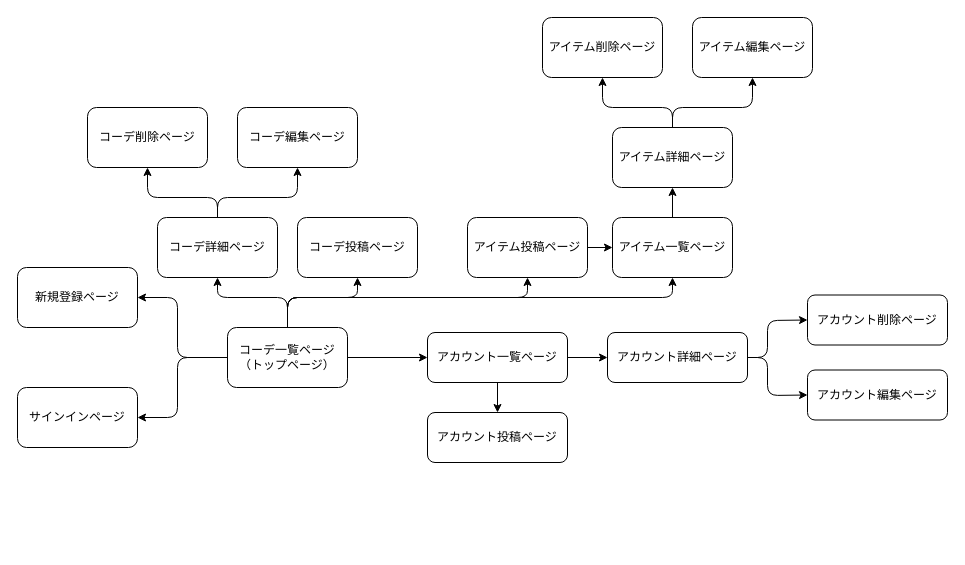
mylrella1102/closetcuration keeps this draw.io diagram as cc-scts.dio. Above is the earlier version. Source tidied: cells renumbered, new cells numbered last; positions are measured from the earlier drawing's top-left corner, leaving out a move shared by most shapes. Both pictures are drawn from the tidied source at 100%, with x=0, y=0 at pixel (17, 17).
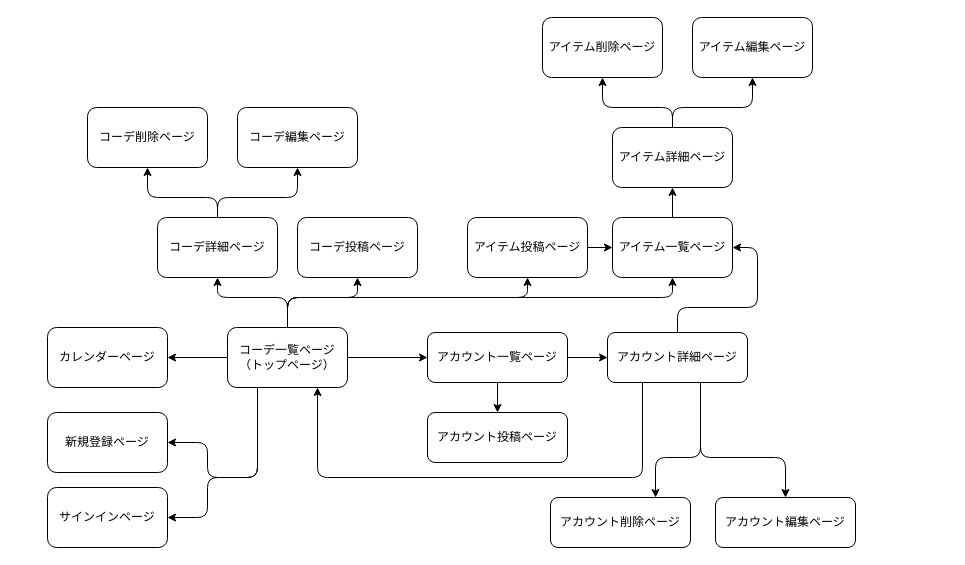
After the change.

Unchanged cells that the change refers to:
```xml
<mxCell id="8" value="コーデ一覧ページ&lt;br&gt;（トップページ）" style="rounded=1;whiteSpace=wrap;html=1;" parent="1" vertex="1">
  <mxGeometry x="210" y="310" width="120" height="60" as="geometry" />
</mxCell>
<mxCell id="25" value="アカウント詳細ページ" style="rounded=1;whiteSpace=wrap;html=1;" parent="1" vertex="1">
  <mxGeometry x="590" y="315" width="140" height="50" as="geometry" />
</mxCell>
<mxCell id="35" value="アイテム一覧ページ" style="rounded=1;whiteSpace=wrap;html=1;" parent="1" vertex="1">
  <mxGeometry x="595" y="200" width="120" height="60" as="geometry" />
</mxCell>
```

Change to the diagram source:
```diff
@@
-    <mxCell id="3" style="edgeStyle=none;html=1;exitX=0;exitY=0.5;exitDx=0;exitDy=0;entryX=1;entryY=0.5;entryDx=0;entryDy=0;" parent="1" edge="1" source="8" target="13">
+    <mxCell id="3" style="edgeStyle=none;html=1;exitX=0.25;exitY=1;exitDx=0;exitDy=0;entryX=1;entryY=0.5;entryDx=0;entryDy=0;" parent="1" edge="1" source="8" target="13">
       <mxGeometry relative="1" as="geometry">
         <Array as="points">
-          <mxPoint x="160" y="340" />
-          <mxPoint x="160" y="280" />
+          <mxPoint x="240" y="460" />
+          <mxPoint x="190" y="460" />
+          <mxPoint x="190" y="425" />
         </Array>
       </mxGeometry>
     </mxCell>
-    <mxCell id="4" style="edgeStyle=none;html=1;exitX=0;exitY=0.5;exitDx=0;exitDy=0;entryX=1;entryY=0.5;entryDx=0;entryDy=0;" parent="1" edge="1" source="8" target="14">
+    <mxCell id="4" style="edgeStyle=none;html=1;entryX=1;entryY=0.5;entryDx=0;entryDy=0;exitX=0.25;exitY=1;exitDx=0;exitDy=0;" parent="1" edge="1" source="8" target="14">
       <mxGeometry relative="1" as="geometry">
         <Array as="points">
-          <mxPoint x="160" y="340" />
-          <mxPoint x="160" y="400" />
+          <mxPoint x="240" y="460" />
+          <mxPoint x="190" y="460" />
+          <mxPoint x="190" y="500" />
         </Array>
       </mxGeometry>
     </mxCell>
@@
+    <mxCell id="36" style="edgeStyle=none;html=1;exitX=0;exitY=0.5;exitDx=0;exitDy=0;entryX=1;entryY=0.5;entryDx=0;entryDy=0;" parent="1" edge="1" source="8" target="39">
+      <mxGeometry relative="1" as="geometry" />
+    </mxCell>
@@
     <mxCell id="13" value="新規登録ページ" style="rounded=1;whiteSpace=wrap;html=1;" parent="1" vertex="1">
-      <mxGeometry y="250" width="120" height="60" as="geometry" />
+      <mxGeometry x="30" y="395" width="120" height="60" as="geometry" />
     </mxCell>
     <mxCell id="14" value="サインインページ" style="rounded=1;whiteSpace=wrap;html=1;" parent="1" vertex="1">
-      <mxGeometry y="370" width="120" height="60" as="geometry" />
+      <mxGeometry x="30" y="470" width="120" height="60" as="geometry" />
     </mxCell>
     <mxCell id="15" value="アカウント編集ページ" style="rounded=1;whiteSpace=wrap;html=1;" parent="1" vertex="1">
-      <mxGeometry x="790" y="352.5" width="140" height="50" as="geometry" />
+      <mxGeometry x="698" y="480" width="140" height="50" as="geometry" />
     </mxCell>
@@
     <mxCell id="23" value="アカウント削除ページ" style="rounded=1;whiteSpace=wrap;html=1;" parent="1" vertex="1">
-      <mxGeometry x="790" y="277.5" width="140" height="50" as="geometry" />
+      <mxGeometry x="533" y="480" width="140" height="50" as="geometry" />
     </mxCell>
-    <mxCell id="24" style="edgeStyle=none;html=1;exitX=1;exitY=0.5;exitDx=0;exitDy=0;entryX=0;entryY=0.5;entryDx=0;entryDy=0;" parent="1" edge="1" source="25" target="15">
+    <mxCell id="24" style="edgeStyle=none;html=1;exitX=0.75;exitY=1;exitDx=0;exitDy=0;entryX=0.5;entryY=0;entryDx=0;entryDy=0;" parent="1" edge="1" target="15">
       <mxGeometry relative="1" as="geometry">
+        <mxPoint x="683" y="365" as="sourcePoint" />
         <Array as="points">
-          <mxPoint x="750" y="340" />
-          <mxPoint x="750" y="378" />
+          <mxPoint x="683" y="440" />
+          <mxPoint x="768" y="440" />
         </Array>
       </mxGeometry>
     </mxCell>
+    <mxCell id="37" style="edgeStyle=none;html=1;exitX=0.5;exitY=0;exitDx=0;exitDy=0;entryX=1;entryY=0.5;entryDx=0;entryDy=0;" parent="1" edge="1" source="25" target="35">
+      <mxGeometry relative="1" as="geometry">
+        <Array as="points">
+          <mxPoint x="660" y="290" />
+          <mxPoint x="740" y="290" />
+          <mxPoint x="740" y="230" />
+        </Array>
+      </mxGeometry>
+    </mxCell>
+    <mxCell id="38" style="edgeStyle=none;html=1;exitX=0.25;exitY=1;exitDx=0;exitDy=0;entryX=0.75;entryY=1;entryDx=0;entryDy=0;" parent="1" edge="1" source="25" target="8">
+      <mxGeometry relative="1" as="geometry">
+        <Array as="points">
+          <mxPoint x="625" y="460" />
+          <mxPoint x="300" y="460" />
+        </Array>
+      </mxGeometry>
+    </mxCell>
@@
-    <mxCell id="29" style="edgeStyle=none;html=1;entryX=0;entryY=0.5;entryDx=0;entryDy=0;exitX=1;exitY=0.5;exitDx=0;exitDy=0;" parent="1" edge="1" source="25" target="23">
+    <mxCell id="29" style="edgeStyle=none;html=1;exitX=0.75;exitY=1;exitDx=0;exitDy=0;entryX=0.75;entryY=0;entryDx=0;entryDy=0;" parent="1" edge="1" target="23">
       <mxGeometry relative="1" as="geometry">
+        <mxPoint x="683" y="365" as="sourcePoint" />
         <Array as="points">
-          <mxPoint x="750" y="340" />
-          <mxPoint x="750" y="303" />
+          <mxPoint x="683" y="440" />
+          <mxPoint x="638" y="440" />
         </Array>
       </mxGeometry>
     </mxCell>
@@
+    <mxCell id="39" value="カレンダーページ" style="rounded=1;whiteSpace=wrap;html=1;" parent="1" vertex="1">
+      <mxGeometry x="30" y="310" width="120" height="60" as="geometry" />
+    </mxCell>
```
